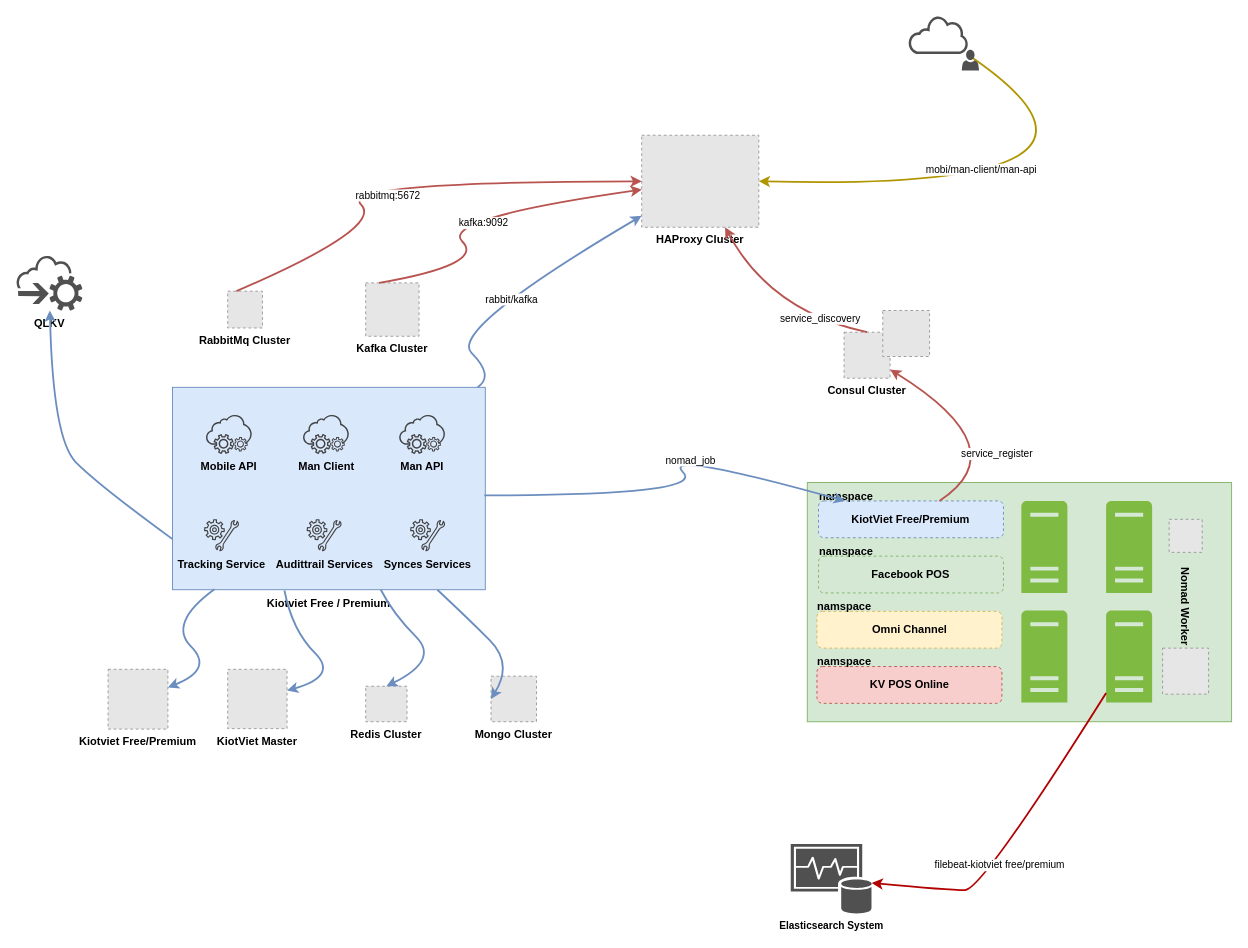
The draw.io diagram page "KiotViet Free/Premium" (1 of 5) of KOL.drawio in khinhvuphiduong/diagrams.net, before the edit. Source tidied: cells renumbered, new cells numbered last; positions are measured from the earlier drawing's top-left corner, leaving out a move shared by most shapes. Both pictures are drawn from the tidied source at 92%, with x=0, y=0 at pixel (16, 16). Pictures stored in the file or linked from it are replaced by grey dashed boxes.
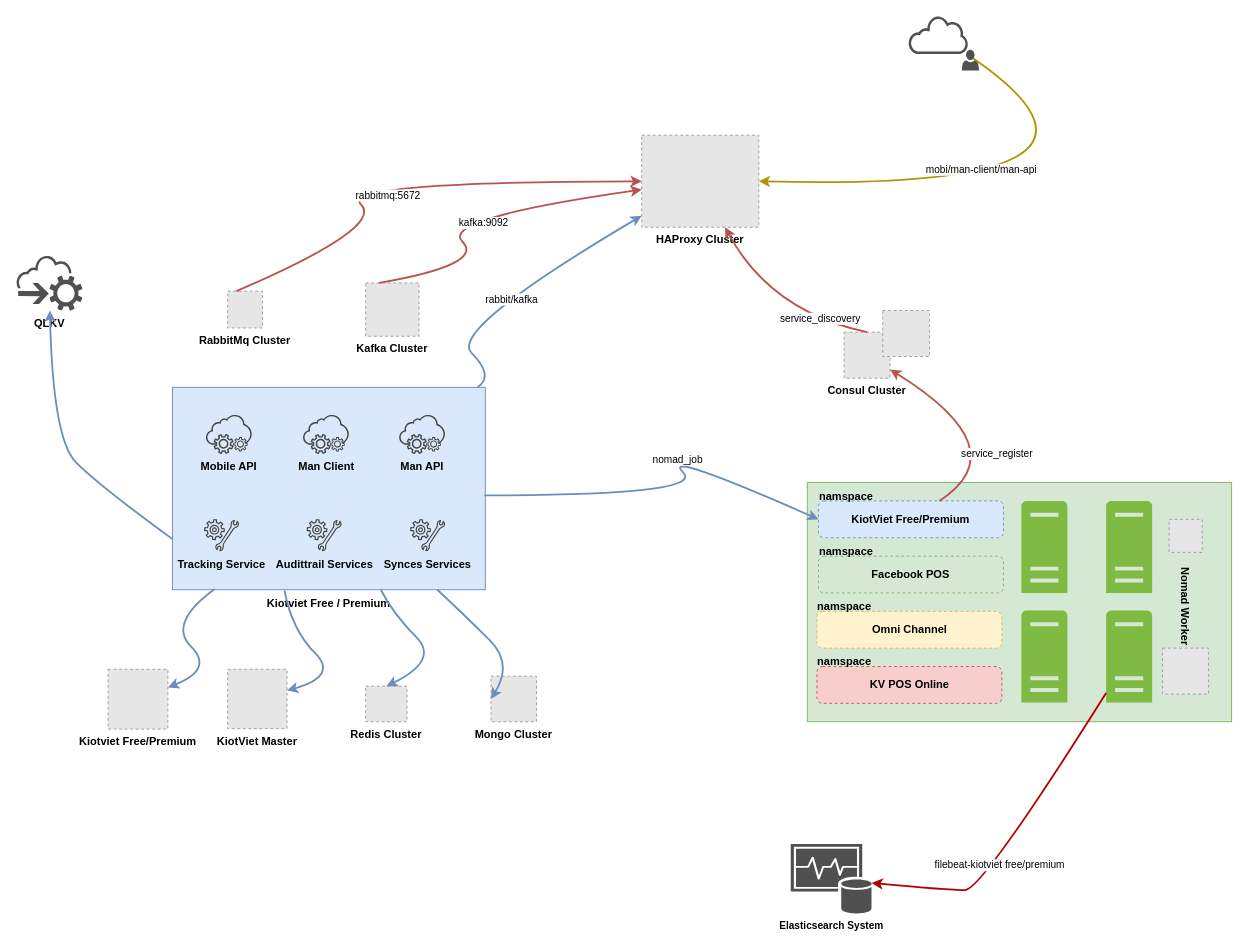
The same page after the edit.

Unchanged cells that the change refers to:
```xml
<mxCell id="6" value="&lt;b&gt;KiotViet Free/Premium&lt;/b&gt;" style="rounded=1;whiteSpace=wrap;html=1;dashed=1;fillColor=#dae8fc;strokeColor=#6c8ebf;" parent="5" vertex="1">
  <mxGeometry x="10.5" y="20" width="201" height="40" as="geometry" />
</mxCell>
<mxCell id="30" style="rounded=0;whiteSpace=wrap;html=1;fillColor=#dae8fc;strokeColor=#6c8ebf;" parent="29" vertex="1">
  <mxGeometry width="340" height="220" as="geometry" />
</mxCell>
```

What changed in the source:
```diff
@@
-    <mxCell id="41" style="curved=1;endArrow=classic;html=1;rounded=0;exitX=0.997;exitY=0.534;exitDx=0;exitDy=0;exitPerimeter=0;fillColor=#dae8fc;strokeColor=#6c8ebf;strokeWidth=2;" parent="1" edge="1" source="30" target="6">
+    <mxCell id="41" style="curved=1;endArrow=classic;html=1;rounded=0;exitX=0.997;exitY=0.534;exitDx=0;exitDy=0;exitPerimeter=0;fillColor=#dae8fc;strokeColor=#6c8ebf;strokeWidth=2;entryX=0;entryY=0.5;entryDx=0;entryDy=0;" parent="1" edge="1" source="30" target="6">
       <mxGeometry relative="1" as="geometry">
         <Array as="points">
           <mxPoint x="750" y="521" />
           <mxPoint x="700" y="471" />
         </Array>
       </mxGeometry>
     </mxCell>
```
